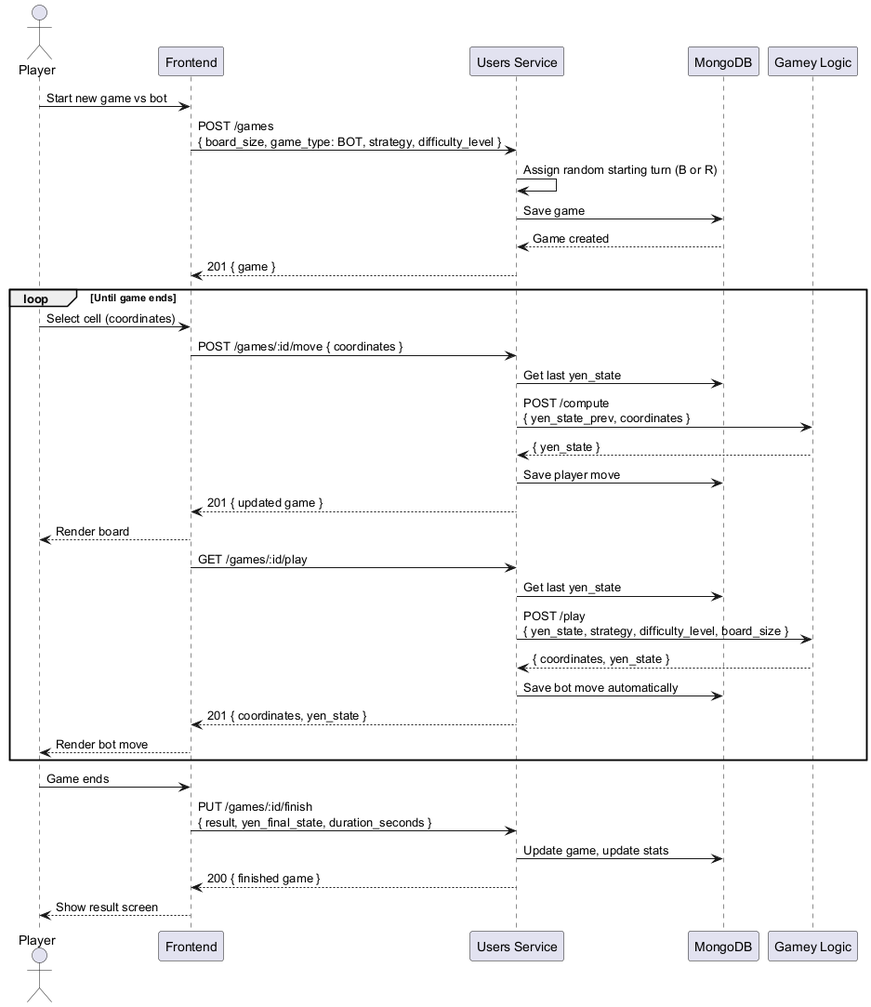
Earlier version of the PlantUML export images/pve-sequence.png (Arquisoft/yovi_en1b).
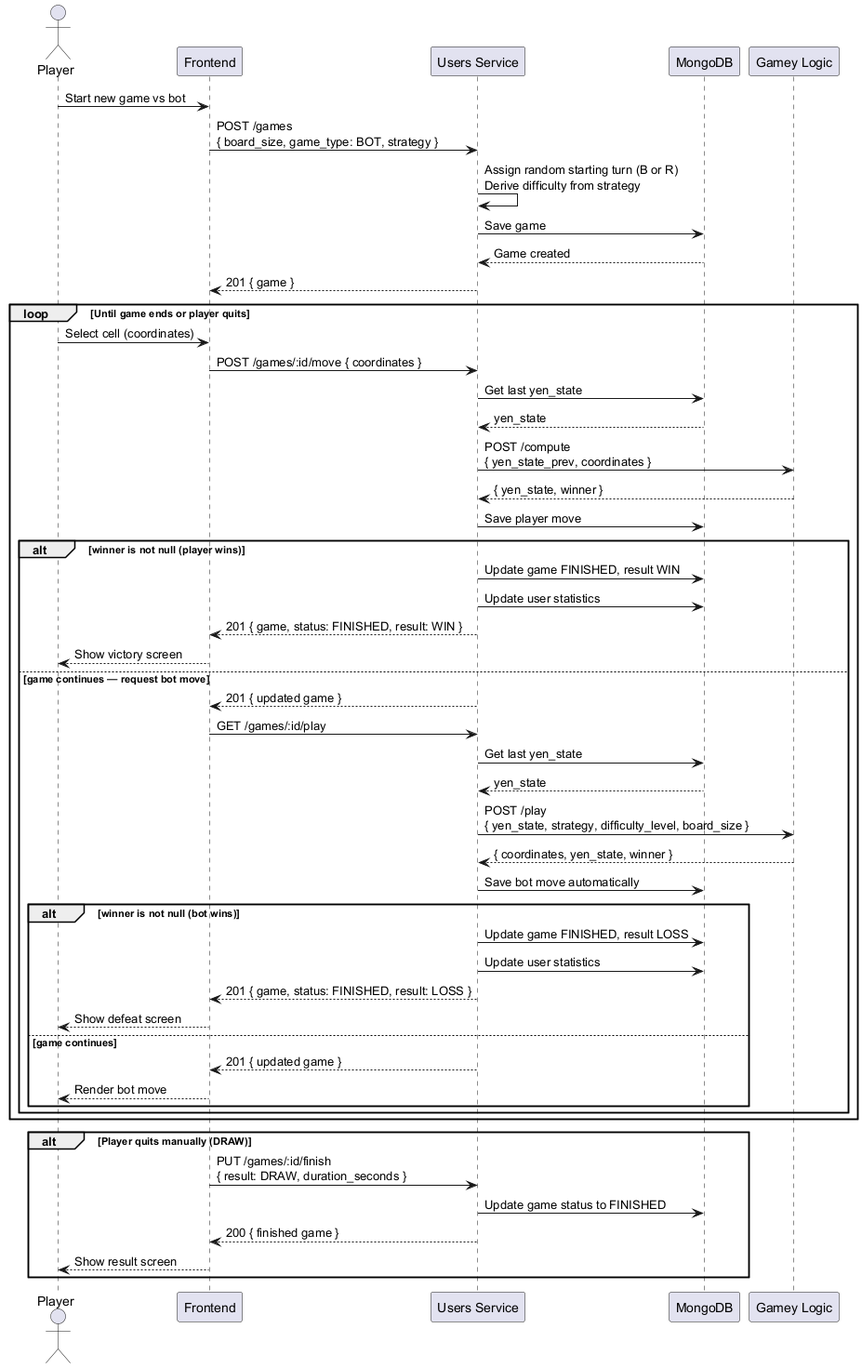
The same file after the commit.

What changed in the source:
```diff
@@ -6,34 +6,51 @@
 participant "Gamey Logic" as GAMEY
 
 Player -> FE: Start new game vs bot
-FE -> USERS: POST /games\n{ board_size, game_type: BOT, strategy, difficulty_level }
-USERS -> USERS: Assign random starting turn (B or R)
+FE -> USERS: POST /games\n{ board_size, game_type: BOT, strategy }
+USERS -> USERS: Assign random starting turn (B or R)\nDerive difficulty from strategy
 USERS -> DB: Save game
 DB --> USERS: Game created
 USERS --> FE: 201 { game }
 
-loop Until game ends
+loop Until game ends or player quits
     Player -> FE: Select cell (coordinates)
     FE -> USERS: POST /games/:id/move { coordinates }
     USERS -> DB: Get last yen_state
+    DB --> USERS: yen_state
     USERS -> GAMEY: POST /compute\n{ yen_state_prev, coordinates }
-    GAMEY --> USERS: { yen_state }
+    GAMEY --> USERS: { yen_state, winner }
     USERS -> DB: Save player move
-    USERS --> FE: 201 { updated game }
-    FE --> Player: Render board
 
-    FE -> USERS: GET /games/:id/play
-    USERS -> DB: Get last yen_state
-    USERS -> GAMEY: POST /play\n{ yen_state, strategy, difficulty_level, board_size }
-    GAMEY --> USERS: { coordinates, yen_state }
-    USERS -> DB: Save bot move automatically
-    USERS --> FE: 201 { coordinates, yen_state }
-    FE --> Player: Render bot move
+    alt winner is not null (player wins)
+        USERS -> DB: Update game FINISHED, result WIN
+        USERS -> DB: Update user statistics
+        USERS --> FE: 201 { game, status: FINISHED, result: WIN }
+        FE --> Player: Show victory screen
+    else game continues — request bot move
+        USERS --> FE: 201 { updated game }
+        FE -> USERS: GET /games/:id/play
+        USERS -> DB: Get last yen_state
+        DB --> USERS: yen_state
+        USERS -> GAMEY: POST /play\n{ yen_state, strategy, difficulty_level, board_size }
+        GAMEY --> USERS: { coordinates, yen_state, winner }
+        USERS -> DB: Save bot move automatically
+
+        alt winner is not null (bot wins)
+            USERS -> DB: Update game FINISHED, result LOSS
+            USERS -> DB: Update user statistics
+            USERS --> FE: 201 { game, status: FINISHED, result: LOSS }
+            FE --> Player: Show defeat screen
+        else game continues
+            USERS --> FE: 201 { updated game }
+            FE --> Player: Render bot move
+        end
+    end
 end
 
-Player -> FE: Game ends
-FE -> USERS: PUT /games/:id/finish\n{ result, yen_final_state, duration_seconds }
-USERS -> DB: Update game, update stats
-USERS --> FE: 200 { finished game }
-FE --> Player: Show result screen
+alt Player quits manually (DRAW)
+    FE -> USERS: PUT /games/:id/finish\n{ result: DRAW, duration_seconds }
+    USERS -> DB: Update game status to FINISHED
+    USERS --> FE: 200 { finished game }
+    FE --> Player: Show result screen
+end
 @enduml
```
